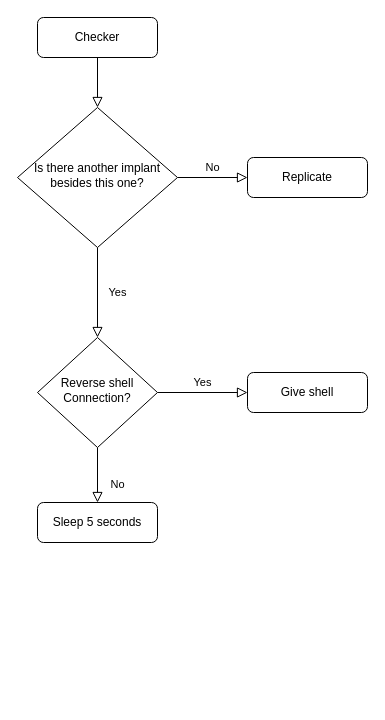
Earlier version of the draw.io diagram page "Current evolvingdoor.sh" (1 of 2) of evolvingdoor.drawio (le-jack/evolving-door). Source tidied: cells renumbered, new cells numbered last; positions are measured from the earlier drawing's top-left corner, leaving out a move shared by most shapes. Both pictures are drawn from the tidied source at 100%, with x=0, y=0 at pixel (17, 17).
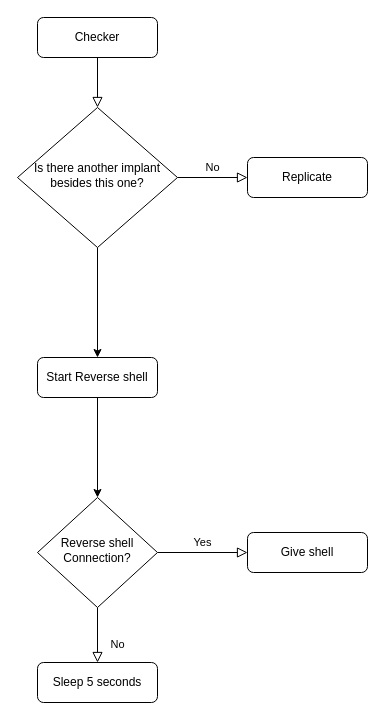
Above is the later version.

What changed in the source:
```diff
@@
 <mxGraphModel>
   <root>
     <mxCell id="0" />
     <mxCell id="1" parent="0" />
     <mxCell id="2" style="rounded=0;html=1;jettySize=auto;fontSize=11;endArrow=block;endFill=0;endSize=8;strokeWidth=1;shadow=0;labelBackgroundColor=none;edgeStyle=orthogonalEdgeStyle;" parent="1" edge="1" source="3" target="6">
       <mxGeometry relative="1" as="geometry" />
     </mxCell>
     <mxCell id="3" value="Checker" style="rounded=1;whiteSpace=wrap;html=1;fontSize=12;glass=0;strokeWidth=1;shadow=0;" parent="1" vertex="1">
       <mxGeometry x="20" width="120" height="40" as="geometry" />
     </mxCell>
-    <mxCell id="4" value="Yes" style="rounded=0;html=1;jettySize=auto;fontSize=11;endArrow=block;endFill=0;endSize=8;strokeWidth=1;shadow=0;labelBackgroundColor=none;edgeStyle=orthogonalEdgeStyle;" parent="1" edge="1" source="6" target="10">
-      <mxGeometry y="20" relative="1" as="geometry" />
-    </mxCell>
     <mxCell id="5" value="No" style="edgeStyle=orthogonalEdgeStyle;rounded=0;html=1;jettySize=auto;fontSize=11;endArrow=block;endFill=0;endSize=8;strokeWidth=1;shadow=0;labelBackgroundColor=none;" parent="1" edge="1" source="6" target="7">
       <mxGeometry y="10" relative="1" as="geometry" />
     </mxCell>
+    <mxCell id="13" style="edgeStyle=orthogonalEdgeStyle;rounded=0;jettySize=auto;html=1;exitX=0.5;exitY=1;exitDx=0;exitDy=0;" parent="1" edge="1" source="6" target="15">
+      <mxGeometry relative="1" as="geometry" />
+    </mxCell>
     <mxCell id="6" value="Is there another implant besides this one?" style="rhombus;whiteSpace=wrap;html=1;shadow=0;fontFamily=Helvetica;fontSize=12;align=center;strokeWidth=1;spacing=6;spacingTop=-4;" parent="1" vertex="1">
       <mxGeometry y="90" width="160" height="140" as="geometry" />
     </mxCell>
     <mxCell id="7" value="Replicate" style="rounded=1;whiteSpace=wrap;html=1;fontSize=12;glass=0;strokeWidth=1;shadow=0;" parent="1" vertex="1">
       <mxGeometry x="230" y="140" width="120" height="40" as="geometry" />
     </mxCell>
     <mxCell id="8" value="No" style="rounded=0;html=1;jettySize=auto;fontSize=11;endArrow=block;endFill=0;endSize=8;strokeWidth=1;shadow=0;labelBackgroundColor=none;edgeStyle=orthogonalEdgeStyle;" parent="1" edge="1" source="10" target="11">
       <mxGeometry x="0.33" y="20" relative="1" as="geometry" />
     </mxCell>
     <mxCell id="9" value="Yes" style="edgeStyle=orthogonalEdgeStyle;rounded=0;html=1;jettySize=auto;fontSize=11;endArrow=block;endFill=0;endSize=8;strokeWidth=1;shadow=0;labelBackgroundColor=none;" parent="1" edge="1" source="10" target="12">
       <mxGeometry y="10" relative="1" as="geometry" />
     </mxCell>
     <mxCell id="10" value="&lt;div&gt;Reverse shell&lt;/div&gt;&lt;div&gt;Connection?&lt;br&gt;&lt;/div&gt;" style="rhombus;whiteSpace=wrap;html=1;shadow=0;fontFamily=Helvetica;fontSize=12;align=center;strokeWidth=1;spacing=6;spacingTop=-4;" parent="1" vertex="1">
-      <mxGeometry x="20" y="320" width="120" height="110" as="geometry" />
+      <mxGeometry x="20" y="480" width="120" height="110" as="geometry" />
     </mxCell>
     <mxCell id="11" value="Sleep 5 seconds" style="rounded=1;whiteSpace=wrap;html=1;fontSize=12;glass=0;strokeWidth=1;shadow=0;" parent="1" vertex="1">
-      <mxGeometry x="20" y="485" width="120" height="40" as="geometry" />
+      <mxGeometry x="20" y="645" width="120" height="40" as="geometry" />
     </mxCell>
     <mxCell id="12" value="Give shell" style="rounded=1;whiteSpace=wrap;html=1;fontSize=12;glass=0;strokeWidth=1;shadow=0;" parent="1" vertex="1">
-      <mxGeometry x="230" y="355" width="120" height="40" as="geometry" />
+      <mxGeometry x="230" y="515" width="120" height="40" as="geometry" />
     </mxCell>
+    <mxCell id="14" style="edgeStyle=orthogonalEdgeStyle;rounded=0;jettySize=auto;html=1;exitX=0.5;exitY=1;exitDx=0;exitDy=0;entryX=0.5;entryY=0;entryDx=0;entryDy=0;" parent="1" edge="1" source="15" target="10">
+      <mxGeometry relative="1" as="geometry" />
+    </mxCell>
+    <mxCell id="15" value="Start Reverse shell" style="rounded=1;whiteSpace=wrap;html=1;fontSize=12;glass=0;strokeWidth=1;shadow=0;" parent="1" vertex="1">
+      <mxGeometry x="20" y="340" width="120" height="40" as="geometry" />
+    </mxCell>
   </root>
 </mxGraphModel>
```
